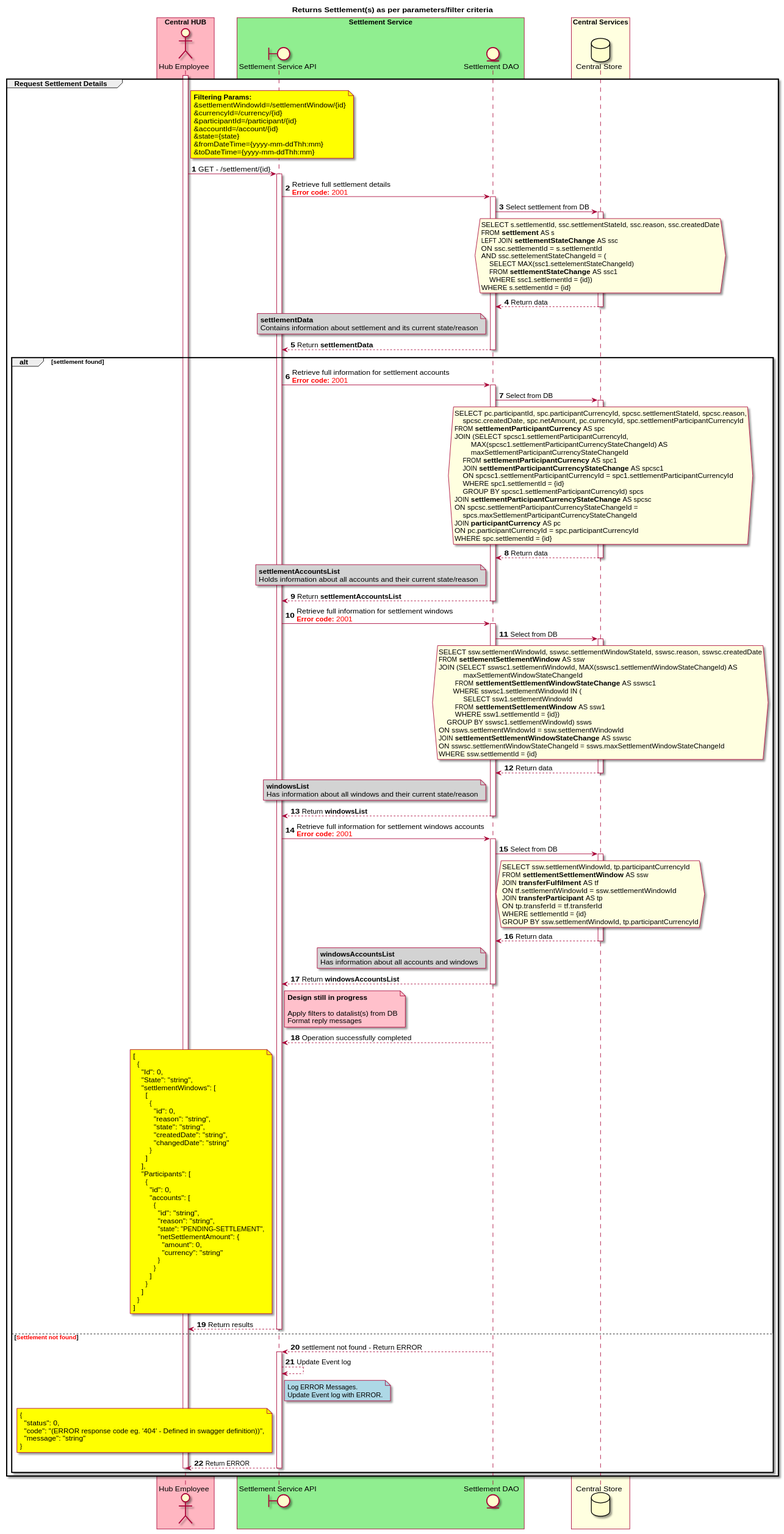
Earlier version of the PlantUML export CentralServices/seq_diagrams/seq-settlement-6.2.0.svg (HenkKodde/docs). Source of this version:
```plantuml
@startuml
title Returns Settlement(s) as per parameters/filter criteria

autonumber

actor "Hub Employee" as OPERATOR

boundary "Settlement Service API" as SSAPI
entity "Settlement DAO" as SETTLE_DAO

database "Central Store" as DB

box "Central HUB" #LightPink
    participant OPERATOR
end box

box "Settlement Service" #LightGreen
    participant SSAPI
    participant SETTLE_DAO
end box

box "Central Services" #LightYellow
    participant DB
end box

group Request Settlement Details
    activate OPERATOR
    note right of OPERATOR #Yellow
        **Filtering Params:**
        &settlementWindowId=/settlementWindow/{id}
        &currencyId=/currency/{id}
        &participantId=/participant/{id}
        &accountId=/account/{id}
        &state={state}
        &fromDateTime={yyyy-mm-ddThh:mm}
        &toDateTime={yyyy-mm-ddThh:mm}
    end note

    OPERATOR -> SSAPI: GET - /settlement/{id}
    activate SSAPI
    SSAPI -> SETTLE_DAO: Retrieve full settlement details\n<color #FF0000><b>Error code:</b> 2001</color>
    activate SETTLE_DAO

    SETTLE_DAO -> DB: Select settlement from DB
    activate DB
    hnote over DB #LightYellow
        SELECT s.settlementId, ssc.settlementStateId, ssc.reason, ssc.createdDate
        FROM **settlement** AS s
        LEFT JOIN **settlementStateChange** AS ssc
        ON ssc.settlementId = s.settlementId
        AND ssc.settelementStateChangeId = (
            SELECT MAX(ssc1.settelementStateChangeId)
            FROM **settlementStateChange** AS ssc1
            WHERE ssc1.settlementId = {id})
        WHERE s.settlementId = {id}
    end hnote

        SETTLE_DAO <-- DB: Return data
        deactivate DB
        note left of SETTLE_DAO #LightGray
            **settlementData**
            Contains information about settlement and its current state/reason
        end note
        SSAPI <-- SETTLE_DAO: Return **settlementData**
        deactivate SETTLE_DAO
    alt settlement found
        SSAPI -> SETTLE_DAO: Retrieve full information for settlement accounts\n<color #FF0000><b>Error code:</b> 2001</color>
        activate SETTLE_DAO
        SETTLE_DAO -> DB: Select from DB
        activate DB
        hnote over DB #LightYellow
            SELECT pc.participantId, spc.participantCurrencyId, spcsc.settlementStateId, spcsc.reason,
                spcsc.createdDate, spc.netAmount, pc.currencyId, spc.settlementParticipantCurrencyId
            FROM **settlementParticipantCurrency** AS spc
            JOIN (SELECT spcsc1.settlementParticipantCurrencyId,
                    MAX(spcsc1.settlementParticipantCurrencyStateChangeId) AS
                    maxSettlementParticipantCurrencyStateChangeId
                FROM **settlementParticipantCurrency** AS spc1
                JOIN **settlementParticipantCurrencyStateChange** AS spcsc1
                ON spcsc1.settlementParticipantCurrencyId = spc1.settlementParticipantCurrencyId
                WHERE spc1.settlementId = {id}
                GROUP BY spcsc1.settlementParticipantCurrencyId) spcs
            JOIN **settlementParticipantCurrencyStateChange** AS spcsc
            ON spcsc.settlementParticipantCurrencyStateChangeId =
                spcs.maxSettlementParticipantCurrencyStateChangeId
            JOIN **participantCurrency** AS pc
            ON pc.participantCurrencyId = spc.participantCurrencyId
            WHERE spc.settlementId = {id}
        end hnote
        SETTLE_DAO <-- DB: Return data
        deactivate DB
        note left of SETTLE_DAO #LightGray
            **settlementAccountsList**
            Holds information about all accounts and their current state/reason
        end note
        SSAPI <-- SETTLE_DAO: Return **settlementAccountsList**
        deactivate SETTLE_DAO

        SSAPI -> SETTLE_DAO: Retrieve full information for settlement windows\n<color #FF0000><b>Error code:</b> 2001</color>
        activate SETTLE_DAO
        SETTLE_DAO -> DB: Select from DB
        activate DB
        hnote over DB #LightYellow
            SELECT ssw.settlementWindowId, sswsc.settlementWindowStateId, sswsc.reason, sswsc.createdDate
            FROM **settlementSettlementWindow** AS ssw
            JOIN (SELECT sswsc1.settlementWindowId, MAX(sswsc1.settlementWindowStateChangeId) AS
                        maxSettlementWindowStateChangeId
                    FROM **settlementSettlementWindowStateChange** AS sswsc1
                   WHERE sswsc1.settlementWindowId IN (
                        SELECT ssw1.settlementWindowId
                    FROM **settlementSettlementWindow** AS ssw1
                    WHERE ssw1.settlementId = {id})
                GROUP BY sswsc1.settlementWindowId) ssws
            ON ssws.settlementWindowId = ssw.settlementWindowId
            JOIN **settlementSettlementWindowStateChange** AS sswsc
            ON sswsc.settlementWindowStateChangeId = ssws.maxSettlementWindowStateChangeId
            WHERE ssw.settlementId = {id}
        end hnote
        SETTLE_DAO <-- DB: Return data
        deactivate DB
        note left of SETTLE_DAO #LightGray
            **windowsList**
            Has information about all windows and their current state/reason
        end note
        SSAPI <-- SETTLE_DAO: Return **windowsList**
        deactivate SETTLE_DAO

        SSAPI -> SETTLE_DAO: Retrieve full information for settlement windows accounts\n<color #FF0000><b>Error code:</b> 2001</color>
        activate SETTLE_DAO
        SETTLE_DAO -> DB: Select from DB
        activate DB
        hnote over DB #LightYellow
            SELECT ssw.settlementWindowId, tp.participantCurrencyId
            FROM **settlementSettlementWindow** AS ssw
            JOIN **transferFulfilment** AS tf
            ON tf.settlementWindowId = ssw.settlementWindowId
            JOIN **transferParticipant** AS tp
            ON tp.transferId = tf.transferId
            WHERE settlementId = {id}
            GROUP BY ssw.settlementWindowId, tp.participantCurrencyId
        end hnote
        SETTLE_DAO <-- DB: Return data
        deactivate DB
        note left of SETTLE_DAO #LightGray
            **windowsAccountsList**
            Has information about all accounts and windows
        end note
        SSAPI <-- SETTLE_DAO: Return **windowsAccountsList**
        deactivate SETTLE_DAO

        note right of SSAPI #Pink
        **Design still in progress**

        Apply filters to datalist(s) from DB
        Format reply messages
        end note

        SSAPI <-- SETTLE_DAO: Operation successfully completed
        note left of SSAPI #Yellow
            [
              {
                "Id": 0,
                "State": "string",
                "settlementWindows": [
                  [
                    {
                      "id": 0,
                      "reason": "string",
                      "state": "string",
                      "createdDate": "string",
                      "changedDate": "string"
                    }
                  ]
                ],
                "Participants": [
                  {
                    "id": 0,
                    "accounts": [
                      {
                        "id": "string",
                        "reason": "string",
                        "state": "PENDING-SETTLEMENT",
                        "netSettlementAmount": {
                          "amount": 0,
                          "currency": "string"
                        }
                      }
                    ]
                  }
                ]
              }
            ]
        end note
        OPERATOR <-- SSAPI: Return results
    deactivate SSAPI
    else <color #FF0000><b>Settlement not found</b></color>
        SETTLE_DAO --> SSAPI: settlement not found - Return ERROR
        deactivate SETTLE_DAO
        activate SSAPI
        SSAPI --> SSAPI: Update Event log
        note right of SSAPI #LightBlue
            Log ERROR Messages.
            Update Event log with ERROR.
        end note
        note left of SSAPI #Yellow
            {
              "status": 0,
              "code": "(ERROR response code eg. '404' - Defined in swagger definition))",
              "message": "string"
            }
        end note
        OPERATOR <-- SSAPI: Return ERROR
        deactivate SSAPI
    deactivate OPERATOR
    end
end
@enduml
```
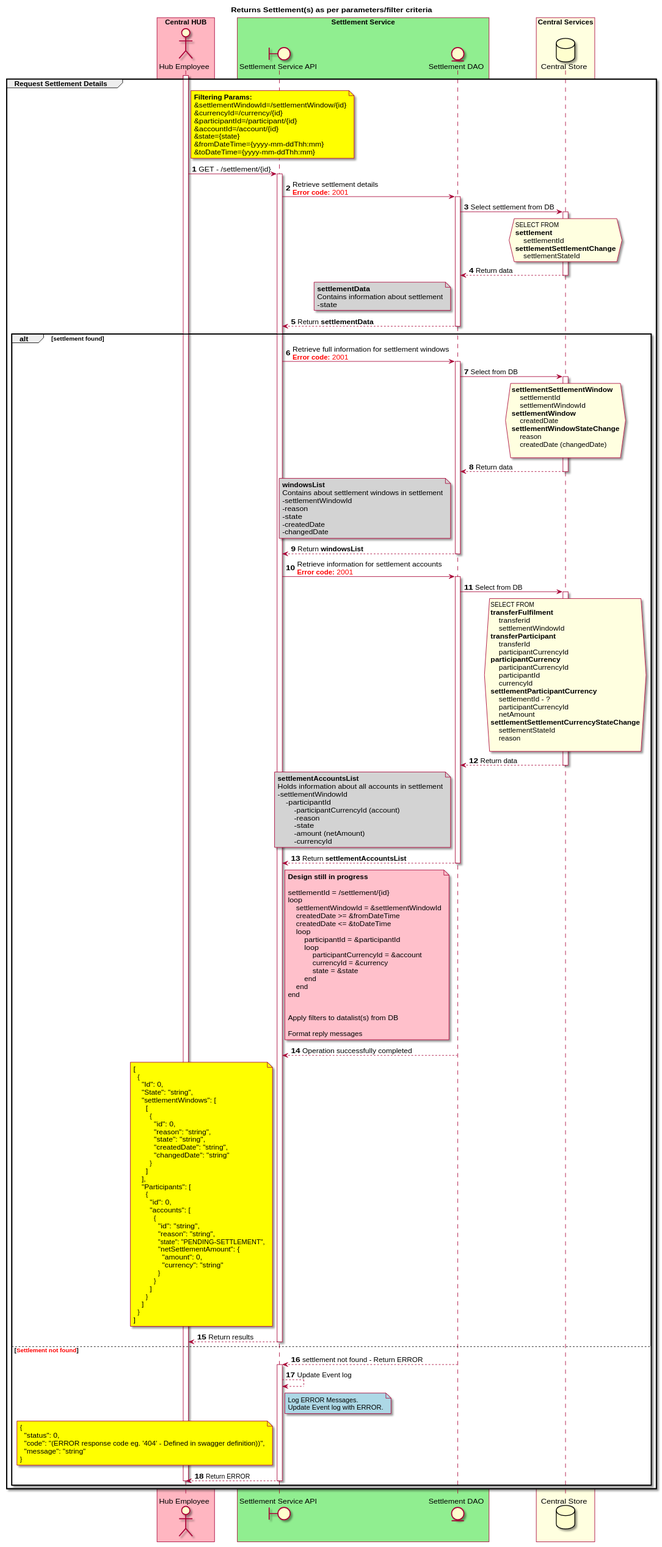
The same file after the commit.

Diff of the diagram source:
```diff
@@ -38,120 +38,121 @@
 
     OPERATOR -> SSAPI: GET - /settlement/{id}
     activate SSAPI
-    SSAPI -> SETTLE_DAO: Retrieve full settlement details\n<color #FF0000><b>Error code:</b> 2001</color>
+    SSAPI -> SETTLE_DAO: Retrieve settlement details\n<color #FF0000><b>Error code:</b> 2001</color>
     activate SETTLE_DAO
 
     SETTLE_DAO -> DB: Select settlement from DB
     activate DB
     hnote over DB #LightYellow
-        SELECT s.settlementId, ssc.settlementStateId, ssc.reason, ssc.createdDate
-        FROM **settlement** AS s
-        LEFT JOIN **settlementStateChange** AS ssc
-        ON ssc.settlementId = s.settlementId
-        AND ssc.settelementStateChangeId = (
-            SELECT MAX(ssc1.settelementStateChangeId)
-            FROM **settlementStateChange** AS ssc1
-            WHERE ssc1.settlementId = {id})
-        WHERE s.settlementId = {id}
+        SELECT FROM
+        **settlement**
+            settlementId
+        **settlementSettlementChange**
+            settlementStateId
     end hnote
 
         SETTLE_DAO <-- DB: Return data
         deactivate DB
         note left of SETTLE_DAO #LightGray
             **settlementData**
-            Contains information about settlement and its current state/reason
+            Contains information about settlement
+            -state
         end note
         SSAPI <-- SETTLE_DAO: Return **settlementData**
         deactivate SETTLE_DAO
     alt settlement found
-        SSAPI -> SETTLE_DAO: Retrieve full information for settlement accounts\n<color #FF0000><b>Error code:</b> 2001</color>
-        activate SETTLE_DAO
-        SETTLE_DAO -> DB: Select from DB
-        activate DB
-        hnote over DB #LightYellow
-            SELECT pc.participantId, spc.participantCurrencyId, spcsc.settlementStateId, spcsc.reason,
-                spcsc.createdDate, spc.netAmount, pc.currencyId, spc.settlementParticipantCurrencyId
-            FROM **settlementParticipantCurrency** AS spc
-            JOIN (SELECT spcsc1.settlementParticipantCurrencyId,
-                    MAX(spcsc1.settlementParticipantCurrencyStateChangeId) AS
-                    maxSettlementParticipantCurrencyStateChangeId
-                FROM **settlementParticipantCurrency** AS spc1
-                JOIN **settlementParticipantCurrencyStateChange** AS spcsc1
-                ON spcsc1.settlementParticipantCurrencyId = spc1.settlementParticipantCurrencyId
-                WHERE spc1.settlementId = {id}
-                GROUP BY spcsc1.settlementParticipantCurrencyId) spcs
-            JOIN **settlementParticipantCurrencyStateChange** AS spcsc
-            ON spcsc.settlementParticipantCurrencyStateChangeId =
-                spcs.maxSettlementParticipantCurrencyStateChangeId
-            JOIN **participantCurrency** AS pc
-            ON pc.participantCurrencyId = spc.participantCurrencyId
-            WHERE spc.settlementId = {id}
-        end hnote
-        SETTLE_DAO <-- DB: Return data
-        deactivate DB
-        note left of SETTLE_DAO #LightGray
-            **settlementAccountsList**
-            Holds information about all accounts and their current state/reason
-        end note
-        SSAPI <-- SETTLE_DAO: Return **settlementAccountsList**
-        deactivate SETTLE_DAO
 
         SSAPI -> SETTLE_DAO: Retrieve full information for settlement windows\n<color #FF0000><b>Error code:</b> 2001</color>
         activate SETTLE_DAO
         SETTLE_DAO -> DB: Select from DB
         activate DB
         hnote over DB #LightYellow
-            SELECT ssw.settlementWindowId, sswsc.settlementWindowStateId, sswsc.reason, sswsc.createdDate
-            FROM **settlementSettlementWindow** AS ssw
-            JOIN (SELECT sswsc1.settlementWindowId, MAX(sswsc1.settlementWindowStateChangeId) AS
-                        maxSettlementWindowStateChangeId
-                    FROM **settlementSettlementWindowStateChange** AS sswsc1
-                   WHERE sswsc1.settlementWindowId IN (
-                        SELECT ssw1.settlementWindowId
-                    FROM **settlementSettlementWindow** AS ssw1
-                    WHERE ssw1.settlementId = {id})
-                GROUP BY sswsc1.settlementWindowId) ssws
-            ON ssws.settlementWindowId = ssw.settlementWindowId
-            JOIN **settlementSettlementWindowStateChange** AS sswsc
-            ON sswsc.settlementWindowStateChangeId = ssws.maxSettlementWindowStateChangeId
-            WHERE ssw.settlementId = {id}
+            **settlementSettlementWindow**
+                settlementId
+                settlementWindowId
+            **settlementWindow**
+                createdDate
+            **settlementWindowStateChange**
+                reason
+                createdDate (changedDate)
+
         end hnote
         SETTLE_DAO <-- DB: Return data
         deactivate DB
         note left of SETTLE_DAO #LightGray
             **windowsList**
-            Has information about all windows and their current state/reason
+            Contains about settlement windows in settlement
+            -settlementWindowId
+            -reason
+            -state
+            -createdDate
+            -changedDate
         end note
         SSAPI <-- SETTLE_DAO: Return **windowsList**
         deactivate SETTLE_DAO
 
-        SSAPI -> SETTLE_DAO: Retrieve full information for settlement windows accounts\n<color #FF0000><b>Error code:</b> 2001</color>
+        SSAPI -> SETTLE_DAO: Retrieve information for settlement accounts\n<color #FF0000><b>Error code:</b> 2001</color>
         activate SETTLE_DAO
         SETTLE_DAO -> DB: Select from DB
         activate DB
         hnote over DB #LightYellow
-            SELECT ssw.settlementWindowId, tp.participantCurrencyId
-            FROM **settlementSettlementWindow** AS ssw
-            JOIN **transferFulfilment** AS tf
-            ON tf.settlementWindowId = ssw.settlementWindowId
-            JOIN **transferParticipant** AS tp
-            ON tp.transferId = tf.transferId
-            WHERE settlementId = {id}
-            GROUP BY ssw.settlementWindowId, tp.participantCurrencyId
+            SELECT FROM
+            **transferFulfilment**
+                transferid
+                settlementWindowId
+            **transferParticipant**
+                transferId
+                participantCurrencyId
+            **participantCurrency**
+                participantCurrencyId
+                participantId
+                currencyId
+            **settlementParticipantCurrency**
+                settlementId - ?
+                participantCurrencyId
+                netAmount
+            **settlementSettlementCurrencyStateChange**
+                settlementStateId
+                reason
+
         end hnote
         SETTLE_DAO <-- DB: Return data
         deactivate DB
         note left of SETTLE_DAO #LightGray
-            **windowsAccountsList**
-            Has information about all accounts and windows
+            **settlementAccountsList**
+            Holds information about all accounts in settlement
+            -settlementWindowId
+                -participantId
+                    -participantCurrencyId (account)
+                    -reason
+                    -state
+                    -amount (netAmount)
+                    -currencyId
         end note
-        SSAPI <-- SETTLE_DAO: Return **windowsAccountsList**
+        SSAPI <-- SETTLE_DAO: Return **settlementAccountsList**
         deactivate SETTLE_DAO
 
         note right of SSAPI #Pink
         **Design still in progress**
 
+        settlementId = /settlement/{id}
+        loop
+            settlementWindowId = &settlementWindowId
+            createdDate >= &fromDateTime
+            createdDate <= &toDateTime
+            loop
+                participantId = &participantId
+                loop
+                    participantCurrencyId = &account
+                    currencyId = &currency
+                    state = &state
+                end
+            end
+        end
+
+
         Apply filters to datalist(s) from DB
+
         Format reply messages
         end note
 
```
